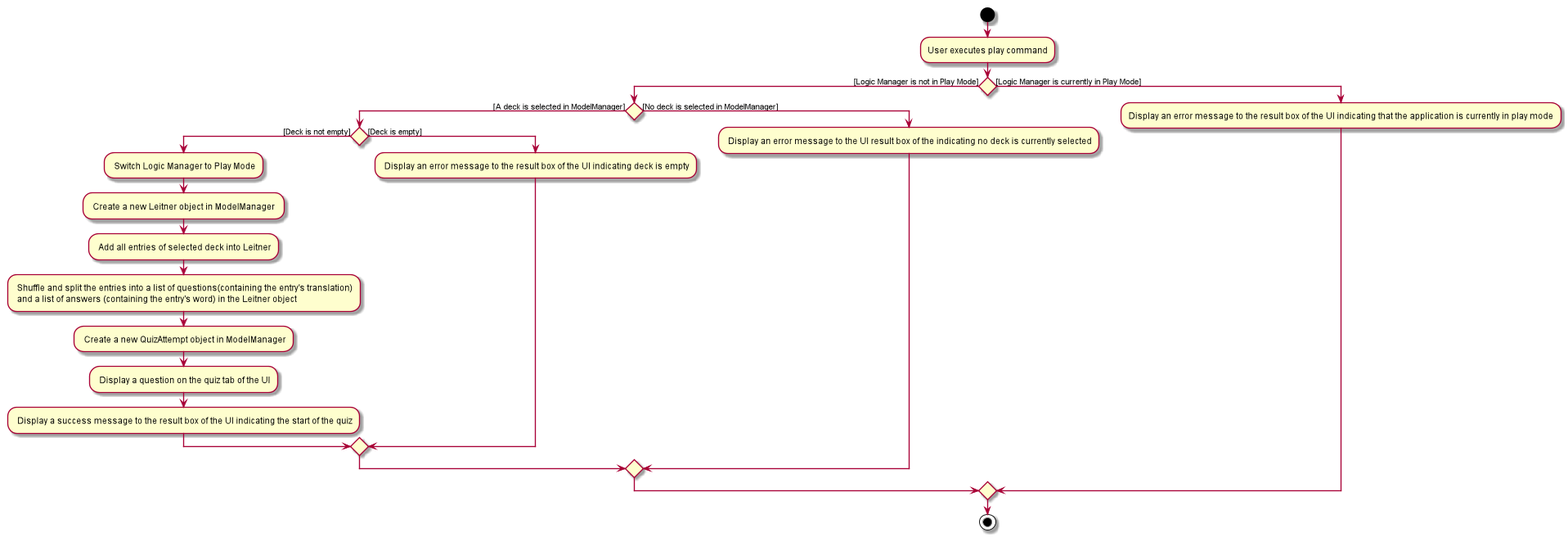
Earlier version of the PlantUML export docs/images/PlayActivityDiagram.png (vigneshbhuvan-nus/tp).
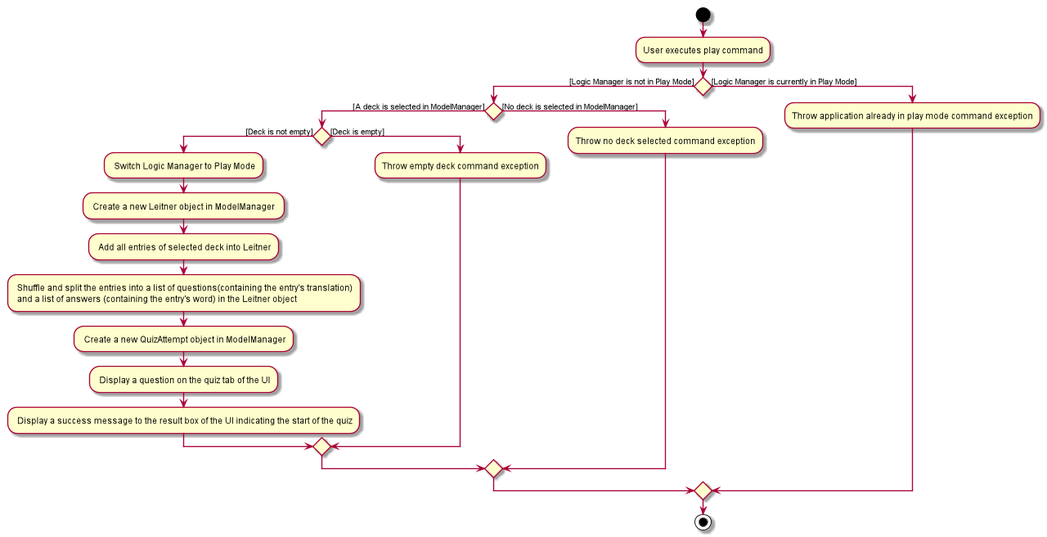
After the commit.

What changed in the source:
```diff
@@ -14,13 +14,13 @@
         : Display a question on the quiz tab of the UI;
         : Display a success message to the result box of the UI indicating the start of the quiz;
         else ([Deck is empty])
-        : Display an error message to the result box of the UI indicating deck is empty;
+        :Throw empty deck command exception;
         endif
     else ([No deck is selected in ModelManager])
-    : Display an error message to the UI result box of the indicating no deck is currently selected;
+    :Throw no deck selected command exception;
     endif
 else([Logic Manager is currently in Play Mode])
-:Display an error message to the result box of the UI indicating that the application is currently in play mode;
+:Throw application already in play mode command exception;
 endif
 stop
 @enduml
```
